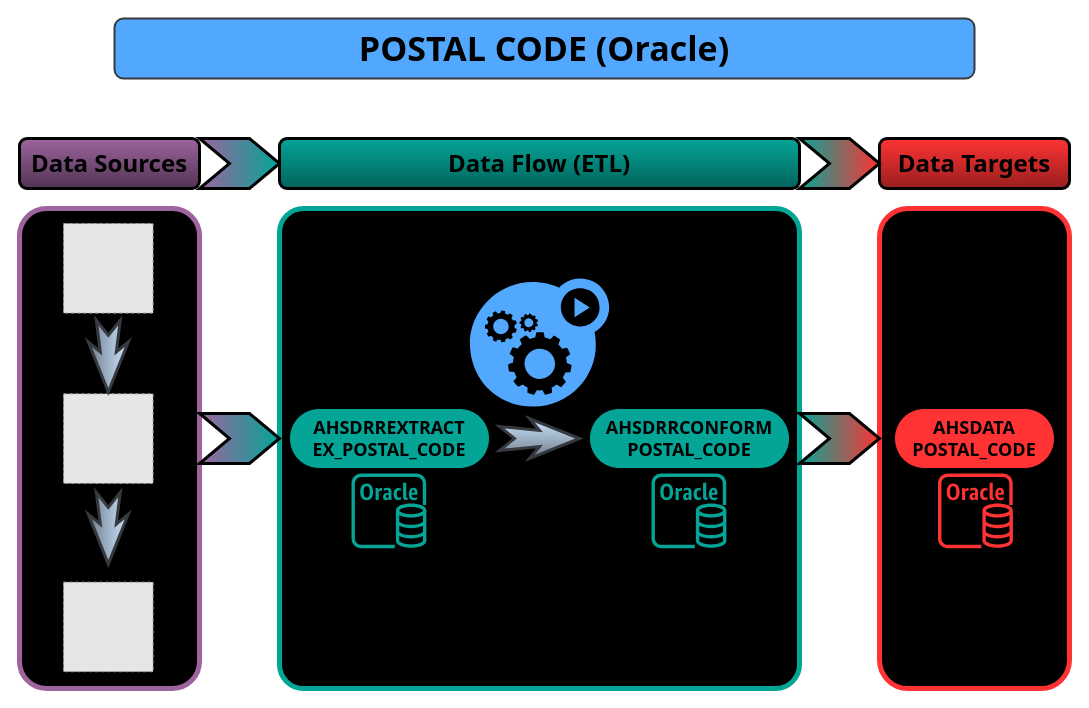
Above: POSTAL_CODE_Oracle.drawio in artiewangGH/POSTAL_CODE (draw.io), before the change. Source tidied: cells renumbered, new cells numbered last; positions are measured from the earlier drawing's top-left corner, leaving out a move shared by most shapes. Both pictures are drawn from the tidied source at 100%, with x=0, y=0 at pixel (19, 18). Pictures stored in the file or linked from it are replaced by grey dashed boxes.
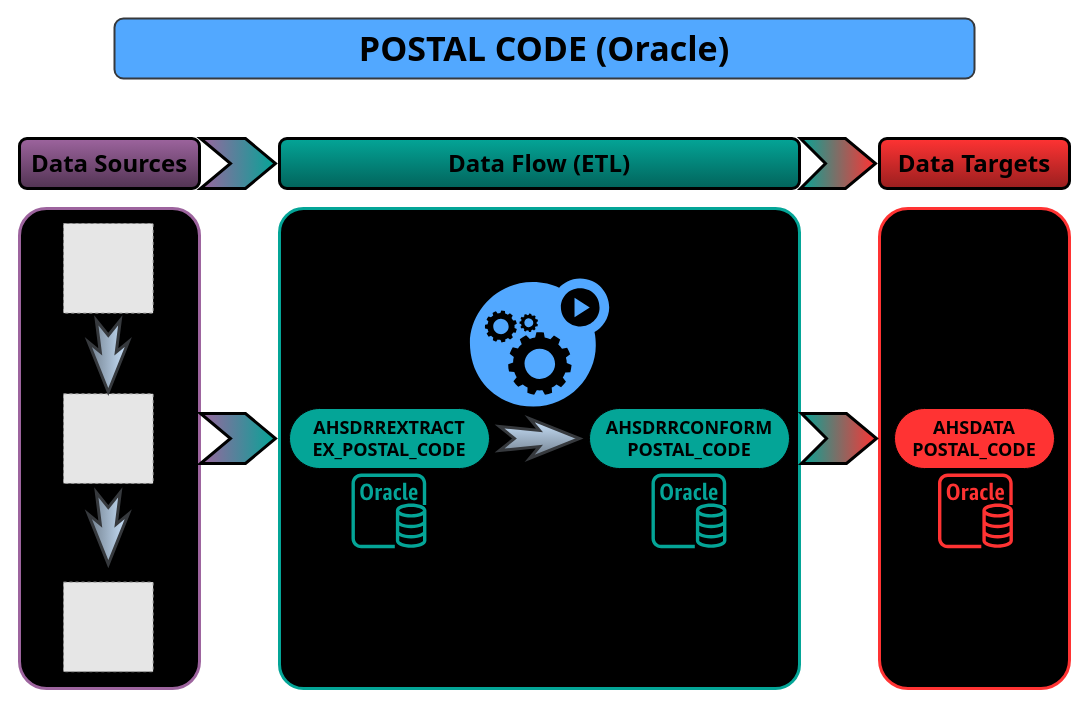
The same diagram, later.

Diff of the diagram source:
```diff
@@
-    <mxCell id="3" style="rounded=1;whiteSpace=wrap;html=1;fontSize=17;fontStyle=1;fillColor=#000000;strokeColor=#04A597;strokeWidth=5;arcSize=5;" parent="1" vertex="1">
+    <mxCell id="3" style="rounded=1;whiteSpace=wrap;html=1;fontSize=17;fontStyle=1;fillColor=#000000;strokeColor=#04A597;strokeWidth=3;arcSize=5;" parent="1" vertex="1">
       <mxGeometry x="260" y="190" width="520" height="480" as="geometry" />
     </mxCell>
-    <mxCell id="4" style="rounded=1;whiteSpace=wrap;html=1;fontSize=17;fontStyle=1;fillColor=#000000;strokeColor=#FF3333;strokeWidth=5;" parent="1" vertex="1">
+    <mxCell id="4" style="rounded=1;whiteSpace=wrap;html=1;fontSize=17;fontStyle=1;fillColor=#000000;strokeColor=#FF3333;strokeWidth=3;" parent="1" vertex="1">
       <mxGeometry x="860" y="190" width="190" height="480" as="geometry" />
     </mxCell>
-    <mxCell id="5" style="rounded=1;whiteSpace=wrap;html=1;fontSize=17;fontStyle=1;fillColor=#000000;strokeColor=#9D649E;strokeWidth=5;labelBackgroundColor=#000000;fontColor=#FFFFFF;" parent="1" vertex="1">
+    <mxCell id="5" style="rounded=1;whiteSpace=wrap;html=1;fontSize=17;fontStyle=1;fillColor=#000000;strokeColor=#9D649E;strokeWidth=3;labelBackgroundColor=#000000;fontColor=#FFFFFF;" parent="1" vertex="1">
       <mxGeometry y="190" width="180" height="480" as="geometry" />
     </mxCell>
@@
-    <mxCell id="15" style="group;" parent="1" vertex="1">
-      <mxGeometry y="120" width="1050" height="50" as="geometry" />
-    </mxCell>
-    <mxCell id="16" value="&lt;font style=&quot;font-size: 24px;&quot;&gt;Data Sources&lt;/font&gt;" style="rounded=1;whiteSpace=wrap;html=1;fontSize=17;fontStyle=1;fillColor=#9D649E;strokeColor=#000000;strokeWidth=3;fontFamily=Tahoma;gradientColor=#513352;" parent="15" vertex="1">
-      <mxGeometry width="180" height="50" as="geometry" />
-    </mxCell>
-    <mxCell id="17" value="&lt;font face=&quot;Tahoma&quot; style=&quot;font-size: 24px;&quot;&gt;Data Targets&lt;/font&gt;" style="rounded=1;whiteSpace=wrap;html=1;fontSize=17;fontStyle=1;strokeWidth=3;fillColor=#FF3333;strokeColor=#000000;gradientColor=#991F1F;" parent="15" vertex="1">
-      <mxGeometry x="860" width="190" height="50" as="geometry" />
-    </mxCell>
-    <mxCell id="18" style="html=1;shadow=0;dashed=0;align=center;verticalAlign=middle;shape=mxgraph.arrows2.arrow;dy=0;dx=30;notch=30;fillColor=#9D649E;strokeColor=#000000;strokeWidth=3;gradientColor=#04A597;gradientDirection=east;" parent="15" vertex="1">
-      <mxGeometry x="180" width="80" height="50" as="geometry" />
-    </mxCell>
-    <mxCell id="19" value="&lt;font style=&quot;font-size: 24px;&quot;&gt;Data Flow (ETL)&lt;/font&gt;" style="rounded=1;whiteSpace=wrap;html=1;fontSize=17;fontStyle=1;strokeWidth=3;fontFamily=Tahoma;fillColor=#04A597;strokeColor=#000000;fontColor=#000000;gradientColor=#02635B;" parent="15" vertex="1">
-      <mxGeometry x="260" width="520" height="50" as="geometry" />
-    </mxCell>
-    <mxCell id="20" style="html=1;shadow=0;dashed=0;align=center;verticalAlign=middle;shape=mxgraph.arrows2.arrow;dy=0;dx=30;notch=30;fillColor=#FF3333;strokeColor=#000000;strokeWidth=3;gradientColor=#04A597;gradientDirection=west;" parent="15" vertex="1">
-      <mxGeometry x="780" width="80" height="50" as="geometry" />
-    </mxCell>
-    <mxCell id="21" style="html=1;shadow=0;dashed=0;align=center;verticalAlign=middle;shape=mxgraph.arrows2.arrow;dy=0;dx=30;notch=30;fillColor=#9D649E;strokeColor=#000000;strokeWidth=3;gradientColor=#04A597;gradientDirection=east;" parent="1" vertex="1">
-      <mxGeometry x="180" y="395" width="80" height="50" as="geometry" />
-    </mxCell>
-    <mxCell id="22" style="html=1;shadow=0;dashed=0;align=center;verticalAlign=middle;shape=mxgraph.arrows2.arrow;dy=0;dx=30;notch=30;fillColor=#FF3333;strokeColor=#000000;strokeWidth=3;gradientColor=#04A597;gradientDirection=west;" parent="1" vertex="1">
-      <mxGeometry x="780" y="395" width="80" height="50" as="geometry" />
-    </mxCell>
@@
+    <mxCell id="16" value="&lt;font style=&quot;font-size: 24px;&quot;&gt;Data Sources&lt;/font&gt;" style="rounded=1;whiteSpace=wrap;html=1;fontSize=17;fontStyle=1;fillColor=#9D649E;strokeColor=#000000;strokeWidth=3;fontFamily=Tahoma;gradientColor=#513352;" parent="1" vertex="1">
+      <mxGeometry y="120" width="180" height="50" as="geometry" />
+    </mxCell>
+    <mxCell id="17" value="&lt;font face=&quot;Tahoma&quot; style=&quot;font-size: 24px;&quot;&gt;Data Targets&lt;/font&gt;" style="rounded=1;whiteSpace=wrap;html=1;fontSize=17;fontStyle=1;strokeWidth=3;fillColor=#FF3333;strokeColor=#000000;gradientColor=#991F1F;" parent="1" vertex="1">
+      <mxGeometry x="860" y="120" width="190" height="50" as="geometry" />
+    </mxCell>
+    <mxCell id="19" value="&lt;font style=&quot;font-size: 24px;&quot;&gt;Data Flow (ETL)&lt;/font&gt;" style="rounded=1;whiteSpace=wrap;html=1;fontSize=17;fontStyle=1;strokeWidth=3;fontFamily=Tahoma;fillColor=#04A597;strokeColor=#000000;fontColor=#000000;gradientColor=#02635B;" parent="1" vertex="1">
+      <mxGeometry x="260" y="120" width="520" height="50" as="geometry" />
+    </mxCell>
+    <mxCell id="29" style="html=1;shadow=0;dashed=0;align=center;verticalAlign=middle;shape=mxgraph.arrows2.arrow;dy=0;dx=30;notch=25;fillColor=#FF3333;strokeColor=#000000;strokeWidth=3;gradientColor=#04A597;gradientDirection=west;" parent="1" vertex="1">
+      <mxGeometry x="781" y="120" width="75" height="50" as="geometry" />
+    </mxCell>
+    <mxCell id="30" style="html=1;shadow=0;dashed=0;align=center;verticalAlign=middle;shape=mxgraph.arrows2.arrow;dy=0;dx=30;notch=30;fillColor=#9D649E;strokeColor=#000000;strokeWidth=3;gradientColor=#04A597;gradientDirection=east;" parent="1" vertex="1">
+      <mxGeometry x="181" y="120" width="75" height="50" as="geometry" />
+    </mxCell>
+    <mxCell id="31" style="html=1;shadow=0;dashed=0;align=center;verticalAlign=middle;shape=mxgraph.arrows2.arrow;dy=0;dx=30;notch=25;fillColor=#FF3333;strokeColor=#000000;strokeWidth=3;gradientColor=#04A597;gradientDirection=west;" parent="1" vertex="1">
+      <mxGeometry x="782" y="395" width="75" height="50" as="geometry" />
+    </mxCell>
+    <mxCell id="32" style="html=1;shadow=0;dashed=0;align=center;verticalAlign=middle;shape=mxgraph.arrows2.arrow;dy=0;dx=30;notch=30;fillColor=#9D649E;strokeColor=#000000;strokeWidth=3;gradientColor=#04A597;gradientDirection=east;" parent="1" vertex="1">
+      <mxGeometry x="181" y="395" width="75" height="50" as="geometry" />
+    </mxCell>
```
